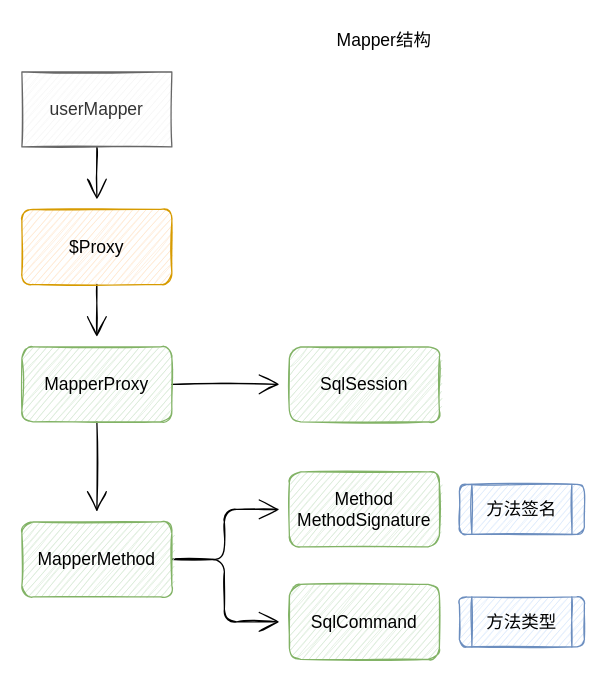
The draw.io diagram page "第 2 页" (2 of 15) of mybatis.drawio in QirongZhang/draw.io.repo, before the edit. Source tidied: cells renumbered, new cells numbered last; positions are measured from the earlier drawing's top-left corner, leaving out a move shared by most shapes. Both pictures are drawn from the tidied source at 125%, with x=0, y=0 at pixel (21, 21).
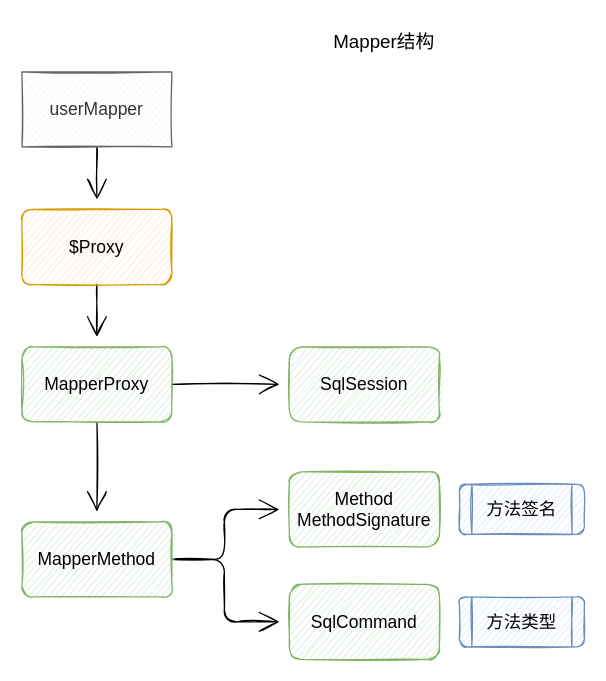
The same diagram, later.

The edit, as a diff of the source:
```diff
@@
 <mxGraphModel>
   <root>
     <mxCell id="0" />
     <mxCell id="1" parent="0" />
     <mxCell id="2" style="edgeStyle=orthogonalEdgeStyle;rounded=1;sketch=1;hachureGap=4;jettySize=auto;html=1;exitX=0.5;exitY=1;exitDx=0;exitDy=0;fontFamily=Helvetica;fontSize=14;endArrow=open;startSize=14;endSize=14;sourcePerimeterSpacing=8;targetPerimeterSpacing=8;" parent="1" edge="1" source="3" target="5">
       <mxGeometry relative="1" as="geometry" />
     </mxCell>
     <mxCell id="3" value="userMapper" style="rounded=0;whiteSpace=wrap;html=1;glass=0;sketch=1;hachureGap=4;fontFamily=Helvetica;fontSize=14;fillColor=#f5f5f5;fontColor=#333333;strokeColor=#666666;" parent="1" vertex="1">
       <mxGeometry y="40" width="120" height="60" as="geometry" />
     </mxCell>
     <mxCell id="4" style="edgeStyle=orthogonalEdgeStyle;rounded=1;sketch=1;hachureGap=4;jettySize=auto;html=1;exitX=0.5;exitY=1;exitDx=0;exitDy=0;fontFamily=Helvetica;fontSize=14;endArrow=open;startSize=14;endSize=14;sourcePerimeterSpacing=8;targetPerimeterSpacing=8;" parent="1" edge="1" source="5" target="8">
       <mxGeometry relative="1" as="geometry" />
     </mxCell>
     <mxCell id="5" value="$Proxy" style="rounded=1;whiteSpace=wrap;html=1;glass=0;sketch=1;hachureGap=4;fontFamily=Helvetica;fontSize=14;fillColor=#ffe6cc;strokeColor=#d79b00;" parent="1" vertex="1">
       <mxGeometry y="150" width="120" height="60" as="geometry" />
     </mxCell>
     <mxCell id="6" style="edgeStyle=orthogonalEdgeStyle;rounded=1;sketch=1;hachureGap=4;jettySize=auto;html=1;exitX=0.5;exitY=1;exitDx=0;exitDy=0;fontFamily=Helvetica;fontSize=14;endArrow=open;startSize=14;endSize=14;sourcePerimeterSpacing=8;targetPerimeterSpacing=8;" parent="1" edge="1" source="8" target="11">
       <mxGeometry relative="1" as="geometry" />
     </mxCell>
     <mxCell id="7" style="edgeStyle=orthogonalEdgeStyle;rounded=1;sketch=1;hachureGap=4;jettySize=auto;html=1;exitX=1;exitY=0.5;exitDx=0;exitDy=0;fontFamily=Helvetica;fontSize=14;endArrow=open;startSize=14;endSize=14;sourcePerimeterSpacing=8;targetPerimeterSpacing=8;" parent="1" edge="1" source="8" target="12">
       <mxGeometry relative="1" as="geometry" />
     </mxCell>
     <mxCell id="8" value="MapperProxy" style="rounded=1;whiteSpace=wrap;html=1;glass=0;sketch=1;hachureGap=4;fontFamily=Helvetica;fontSize=14;fillColor=#d5e8d4;strokeColor=#82b366;" parent="1" vertex="1">
       <mxGeometry y="260" width="120" height="60" as="geometry" />
     </mxCell>
     <mxCell id="9" style="edgeStyle=orthogonalEdgeStyle;rounded=1;sketch=1;hachureGap=4;jettySize=auto;html=1;exitX=1;exitY=0.5;exitDx=0;exitDy=0;fontFamily=Helvetica;fontSize=14;endArrow=open;startSize=14;endSize=14;sourcePerimeterSpacing=8;targetPerimeterSpacing=8;" parent="1" edge="1" source="11" target="13">
       <mxGeometry relative="1" as="geometry" />
     </mxCell>
     <mxCell id="10" style="edgeStyle=orthogonalEdgeStyle;rounded=1;sketch=1;hachureGap=4;jettySize=auto;html=1;exitX=1;exitY=0.5;exitDx=0;exitDy=0;fontFamily=Helvetica;fontSize=14;endArrow=open;startSize=14;endSize=14;sourcePerimeterSpacing=8;targetPerimeterSpacing=8;" parent="1" edge="1" source="11" target="14">
       <mxGeometry relative="1" as="geometry" />
     </mxCell>
     <mxCell id="11" value="MapperMethod" style="rounded=1;whiteSpace=wrap;html=1;glass=0;sketch=1;hachureGap=4;fontFamily=Helvetica;fontSize=14;fillColor=#d5e8d4;strokeColor=#82b366;" parent="1" vertex="1">
       <mxGeometry y="400" width="120" height="60" as="geometry" />
     </mxCell>
     <mxCell id="12" value="SqlSession" style="rounded=1;whiteSpace=wrap;html=1;glass=0;sketch=1;hachureGap=4;fontFamily=Helvetica;fontSize=14;fillColor=#d5e8d4;strokeColor=#82b366;" parent="1" vertex="1">
       <mxGeometry x="214" y="260" width="120" height="60" as="geometry" />
     </mxCell>
     <mxCell id="13" value="Method&lt;br style=&quot;font-size: 14px;&quot;&gt;MethodSignature" style="rounded=1;whiteSpace=wrap;html=1;glass=0;sketch=1;hachureGap=4;fontFamily=Helvetica;fontSize=14;fillColor=#d5e8d4;strokeColor=#82b366;" parent="1" vertex="1">
       <mxGeometry x="214" y="360" width="120" height="60" as="geometry" />
     </mxCell>
     <mxCell id="14" value="SqlCommand" style="rounded=1;whiteSpace=wrap;html=1;glass=0;sketch=1;hachureGap=4;fontFamily=Helvetica;fontSize=14;fillColor=#d5e8d4;strokeColor=#82b366;" parent="1" vertex="1">
       <mxGeometry x="214" y="450" width="120" height="60" as="geometry" />
     </mxCell>
     <mxCell id="15" value="方法签名" style="shape=process;whiteSpace=wrap;html=1;backgroundOutline=1;rounded=1;glass=0;sketch=1;hachureGap=4;fontFamily=Helvetica;fontSize=14;fillColor=#dae8fc;strokeColor=#6c8ebf;" parent="1" vertex="1">
       <mxGeometry x="350" y="370" width="100" height="40" as="geometry" />
     </mxCell>
     <mxCell id="16" value="方法类型" style="shape=process;whiteSpace=wrap;html=1;backgroundOutline=1;rounded=1;glass=0;sketch=1;hachureGap=4;fontFamily=Helvetica;fontSize=14;fillColor=#dae8fc;strokeColor=#6c8ebf;" parent="1" vertex="1">
       <mxGeometry x="350" y="460" width="100" height="40" as="geometry" />
     </mxCell>
-    <mxCell id="17" value="Mapper结构" style="text;html=1;strokeColor=none;fillColor=none;align=center;verticalAlign=middle;whiteSpace=wrap;rounded=0;glass=0;sketch=1;hachureGap=4;fontFamily=Helvetica;fontSize=14;" parent="1" vertex="1">
+    <mxCell id="17" value="Mapper结构" style="text;html=1;strokeColor=none;fillColor=none;align=center;verticalAlign=middle;whiteSpace=wrap;rounded=0;glass=0;sketch=1;hachureGap=4;fontFamily=Helvetica;fontSize=15;" parent="1" vertex="1">
       <mxGeometry x="160" width="260" height="30" as="geometry" />
     </mxCell>
   </root>
 </mxGraphModel>
```
